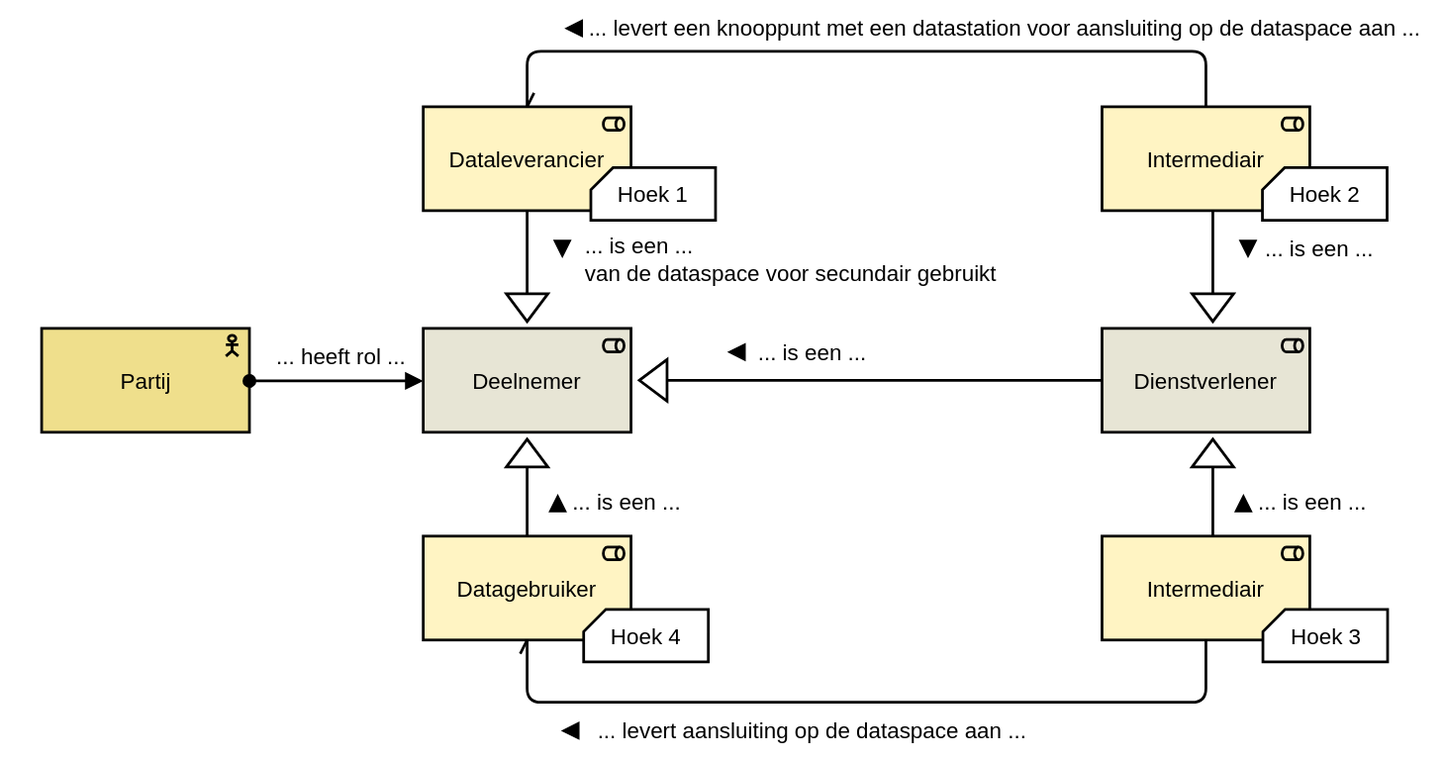
Above: docs/applicatie/laag-3/datastation-4corner.drawio.svg in Health-RI/data-station-specification (draw.io), before the change. Source tidied: cells renumbered, new cells last; positions are measured from the earlier drawing's top-left corner, leaving out a move shared by most shapes.
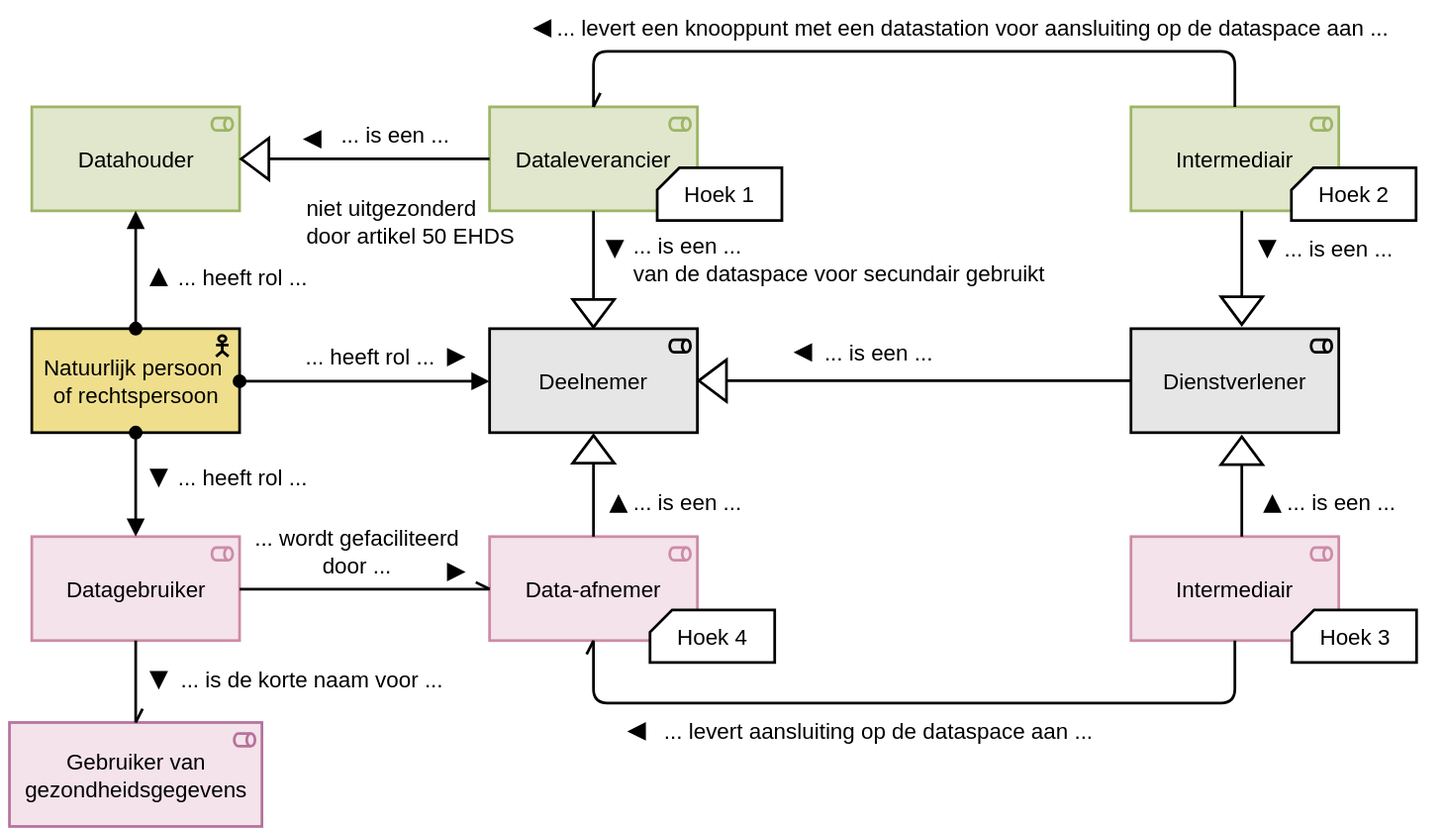
Above is the later version.

Commit message:
data station desciriptions

What changed in the source:
```diff
@@ -5,9 +5,9 @@
     <mxCell id="2" style="rounded=0;whiteSpace=wrap;html=1;fillColor=none;strokeColor=none;" parent="1" vertex="1">
-      <mxGeometry y="297.1" width="1042.8" height="60" as="geometry" />
+      <mxGeometry x="23" y="297.1" width="1042.8" height="60" as="geometry" />
     </mxCell>
-    <mxCell id="3" value="Deelnemer" style="html=1;outlineConnect=0;whiteSpace=wrap;fillColor=light-dark(#E7E5D5,#E7E5D5);shape=mxgraph.archimate3.application;appType=role;archiType=square;fontSize=16;strokeWidth=1.9685;" parent="1" vertex="1">
-      <mxGeometry x="305.5" y="237.1" width="150" height="75" as="geometry" />
+    <mxCell id="3" value="Deelnemer" style="html=1;outlineConnect=0;whiteSpace=wrap;fillColor=light-dark(#E6E6E6,#E6E6E6);shape=mxgraph.archimate3.application;appType=role;archiType=square;fontSize=16;strokeWidth=1.9685;strokeColor=light-dark(#000000,#213E72);" parent="1" vertex="1">
+      <mxGeometry x="376.4" y="237.1" width="150" height="75" as="geometry" />
     </mxCell>
-    <mxCell id="4" value="Partij" style="html=1;outlineConnect=0;whiteSpace=wrap;fillColor=light-dark(#EFDF8C,#EFDF8C);shape=mxgraph.archimate3.application;appType=actor;archiType=square;fontSize=16;strokeWidth=1.9685;" parent="1" vertex="1">
-      <mxGeometry x="30" y="237.1" width="150" height="75" as="geometry" />
+    <mxCell id="4" value="Natuurlijk persoon&amp;nbsp;&lt;div&gt;of rechtspersoon&lt;/div&gt;" style="html=1;outlineConnect=0;whiteSpace=wrap;fillColor=light-dark(#EFDF8C,#EFDF8C);shape=mxgraph.archimate3.application;appType=actor;archiType=square;fontSize=16;strokeWidth=1.9685;" parent="1" vertex="1">
+      <mxGeometry x="45.9" y="237.1" width="150" height="75" as="geometry" />
     </mxCell>
@@ -16,16 +16,16 @@
     </mxCell>
-    <mxCell id="6" value="Dataleverancier" style="html=1;outlineConnect=0;whiteSpace=wrap;fillColor=light-dark(#FFF4C3,#FFF4C3);shape=mxgraph.archimate3.application;appType=role;archiType=square;fontSize=16;strokeWidth=1.9685;" parent="1" vertex="1">
-      <mxGeometry x="305.5" y="77.1" width="150" height="75" as="geometry" />
+    <mxCell id="6" value="Dataleverancier" style="html=1;outlineConnect=0;whiteSpace=wrap;fillColor=light-dark(#E1E7CD,#E1E7CD);shape=mxgraph.archimate3.application;appType=role;archiType=square;fontSize=16;strokeWidth=1.9685;strokeColor=light-dark(#9DB566,#9DB566);" parent="1" vertex="1">
+      <mxGeometry x="376.4" y="77.1" width="150" height="75" as="geometry" />
     </mxCell>
-    <mxCell id="7" value="Datagebruiker" style="html=1;outlineConnect=0;whiteSpace=wrap;fillColor=light-dark(#FFF4C3,#FFF4C3);shape=mxgraph.archimate3.application;appType=role;archiType=square;fontSize=16;strokeWidth=1.9685;" parent="1" vertex="1">
-      <mxGeometry x="305.5" y="387.1" width="150" height="75" as="geometry" />
+    <mxCell id="7" value="Data-afnemer" style="html=1;outlineConnect=0;whiteSpace=wrap;fillColor=light-dark(#F4E3EA,#F4E3EA);shape=mxgraph.archimate3.application;appType=role;archiType=square;fontSize=16;strokeWidth=1.9685;strokeColor=light-dark(#CD8BA7,#CD8BA7);" parent="1" vertex="1">
+      <mxGeometry x="376.4" y="387.1" width="150" height="75" as="geometry" />
     </mxCell>
-    <mxCell id="8" value="Intermediair" style="html=1;outlineConnect=0;whiteSpace=wrap;fillColor=light-dark(#FFF4C3,#FFF4C3);shape=mxgraph.archimate3.application;appType=role;archiType=square;fontSize=16;strokeWidth=1.9685;" parent="1" vertex="1">
-      <mxGeometry x="795.5" y="77.1" width="150" height="75" as="geometry" />
+    <mxCell id="8" value="Intermediair" style="html=1;outlineConnect=0;whiteSpace=wrap;fillColor=light-dark(#E1E7CD,#E1E7CD);shape=mxgraph.archimate3.application;appType=role;archiType=square;fontSize=16;strokeWidth=1.9685;strokeColor=light-dark(#9DB566,#9DB566);" parent="1" vertex="1">
+      <mxGeometry x="839.4" y="77.1" width="150" height="75" as="geometry" />
     </mxCell>
     <mxCell id="9" style="triangle;whiteSpace=wrap;html=1;strokeWidth=1.9685;rotation=90;" parent="1" vertex="1">
-      <mxGeometry x="370.5" y="207.1" width="20" height="30" as="geometry" />
+      <mxGeometry x="441.4" y="211.1" width="20" height="30" as="geometry" />
     </mxCell>
     <mxCell id="10" style="triangle;whiteSpace=wrap;html=1;strokeWidth=1.9685;rotation=-90;" parent="1" vertex="1">
-      <mxGeometry x="370.5" y="312.1" width="20" height="30" as="geometry" />
+      <mxGeometry x="441.4" y="309.1" width="20" height="30" as="geometry" />
     </mxCell>
@@ -40,3 +40,3 @@
         <Array as="points">
-          <mxPoint x="580.5" y="37.1" />
+          <mxPoint x="624.4" y="37.1" />
         </Array>
@@ -45,21 +45,21 @@
     <mxCell id="14" value="... levert een knooppunt met een datastation voor aansluiting op de dataspace aan ..." style="text;html=1;whiteSpace=wrap;strokeColor=none;fillColor=none;align=center;verticalAlign=middle;rounded=0;fontSize=16;" parent="1" vertex="1">
-      <mxGeometry x="419.8" width="610.2" height="40" as="geometry" />
+      <mxGeometry x="420" width="610.2" height="40" as="geometry" />
     </mxCell>
     <mxCell id="15" style="triangle;whiteSpace=wrap;html=1;rotation=-180;fillColor=#000000;" parent="1" vertex="1">
-      <mxGeometry x="408" y="14.1" width="11.8" height="11.8" as="geometry" />
+      <mxGeometry x="408.1" y="14.1" width="11.8" height="11.8" as="geometry" />
     </mxCell>
     <mxCell id="16" style="triangle;whiteSpace=wrap;html=1;rotation=90;fillColor=#000000;" parent="1" vertex="1">
-      <mxGeometry x="399.5" y="173.1" width="11.8" height="11.8" as="geometry" />
+      <mxGeometry x="460.4" y="173.1" width="11.8" height="11.8" as="geometry" />
     </mxCell>
     <mxCell id="17" value="... is een ...&amp;nbsp;&lt;div&gt;van de dataspace voor secundair gebruikt&lt;/div&gt;" style="text;html=1;whiteSpace=wrap;strokeColor=none;fillColor=none;align=left;verticalAlign=middle;rounded=0;fontSize=16;" parent="1" vertex="1">
-      <mxGeometry x="419.8" y="167.1" width="305.7" height="40" as="geometry" />
+      <mxGeometry x="478.2" y="167.1" width="305.7" height="40" as="geometry" />
     </mxCell>
-    <mxCell id="18" value="Dienstverlener" style="html=1;outlineConnect=0;whiteSpace=wrap;fillColor=light-dark(#E7E5D5,#E7E5D5);shape=mxgraph.archimate3.application;appType=role;archiType=square;fontSize=16;strokeWidth=1.9685;" parent="1" vertex="1">
-      <mxGeometry x="795.5" y="237.1" width="150" height="75" as="geometry" />
+    <mxCell id="18" value="Dienstverlener" style="html=1;outlineConnect=0;whiteSpace=wrap;fillColor=light-dark(#E6E6E6,#D8E3F4);shape=mxgraph.archimate3.application;appType=role;archiType=square;fontSize=16;strokeWidth=1.9685;strokeColor=light-dark(#000000,#213E72);" parent="1" vertex="1">
+      <mxGeometry x="839.4" y="237.1" width="150" height="75" as="geometry" />
     </mxCell>
-    <mxCell id="19" value="Intermediair" style="html=1;outlineConnect=0;whiteSpace=wrap;fillColor=light-dark(#FFF4C3,#FFF4C3);shape=mxgraph.archimate3.application;appType=role;archiType=square;fontSize=16;strokeWidth=1.9685;" parent="1" vertex="1">
-      <mxGeometry x="795.5" y="387.1" width="150" height="75" as="geometry" />
+    <mxCell id="19" value="Intermediair" style="html=1;outlineConnect=0;whiteSpace=wrap;fillColor=light-dark(#F4E3EA,#F4E3EA);shape=mxgraph.archimate3.application;appType=role;archiType=square;fontSize=16;strokeWidth=1.9685;strokeColor=light-dark(#CD8BA7,#CD8BA7);" parent="1" vertex="1">
+      <mxGeometry x="839.4" y="387.1" width="150" height="75" as="geometry" />
     </mxCell>
     <mxCell id="20" style="triangle;whiteSpace=wrap;html=1;strokeWidth=1.9685;rotation=-180;" parent="1" vertex="1">
-      <mxGeometry x="461.5" y="259.6" width="20" height="30" as="geometry" />
+      <mxGeometry x="527.4" y="259.6" width="20" height="30" as="geometry" />
     </mxCell>
@@ -69,15 +69,15 @@
     <mxCell id="22" style="triangle;whiteSpace=wrap;html=1;rotation=-180;fillColor=#000000;" parent="1" vertex="1">
-      <mxGeometry x="525.5" y="247.8" width="11.8" height="11.8" as="geometry" />
+      <mxGeometry x="596.4" y="247.8" width="11.8" height="11.8" as="geometry" />
     </mxCell>
     <mxCell id="23" value="... is een ..." style="text;html=1;whiteSpace=wrap;strokeColor=none;fillColor=none;align=left;verticalAlign=middle;rounded=0;fontSize=16;" parent="1" vertex="1">
-      <mxGeometry x="545.5" y="233.7" width="100" height="40" as="geometry" />
+      <mxGeometry x="616.4" y="233.7" width="100" height="40" as="geometry" />
     </mxCell>
     <mxCell id="24" style="triangle;whiteSpace=wrap;html=1;rotation=270;fillColor=#000000;" parent="1" vertex="1">
-      <mxGeometry x="396.2" y="357.1" width="11.8" height="11.8" as="geometry" />
+      <mxGeometry x="463.1" y="357.1" width="11.8" height="11.8" as="geometry" />
     </mxCell>
     <mxCell id="25" value="... is een ..." style="text;html=1;whiteSpace=wrap;strokeColor=none;fillColor=none;align=left;verticalAlign=middle;rounded=0;fontSize=16;" parent="1" vertex="1">
-      <mxGeometry x="411.3" y="342.1" width="100" height="40" as="geometry" />
+      <mxGeometry x="478.2" y="342.1" width="100" height="40" as="geometry" />
     </mxCell>
     <mxCell id="26" style="triangle;whiteSpace=wrap;html=1;strokeWidth=1.9685;rotation=-90;" parent="1" vertex="1">
-      <mxGeometry x="865.5" y="312.1" width="20" height="30" as="geometry" />
+      <mxGeometry x="909.4" y="310.1" width="20" height="30" as="geometry" />
     </mxCell>
@@ -85,3 +85,3 @@
       <mxGeometry relative="1" as="geometry">
-        <mxPoint x="875.5" y="387.1" as="targetPoint" />
+        <mxPoint x="919.4" y="387.1" as="targetPoint" />
       </mxGeometry>
@@ -89,9 +89,9 @@
     <mxCell id="28" style="triangle;whiteSpace=wrap;html=1;rotation=270;fillColor=#000000;" parent="1" vertex="1">
-      <mxGeometry x="891.2" y="357.1" width="11.8" height="11.8" as="geometry" />
+      <mxGeometry x="935.1" y="357.1" width="11.8" height="11.8" as="geometry" />
     </mxCell>
     <mxCell id="29" value="... is een ..." style="text;html=1;whiteSpace=wrap;strokeColor=none;fillColor=none;align=left;verticalAlign=middle;rounded=0;fontSize=16;" parent="1" vertex="1">
-      <mxGeometry x="906.3" y="342.1" width="100" height="40" as="geometry" />
+      <mxGeometry x="950.2" y="342.1" width="100" height="40" as="geometry" />
     </mxCell>
     <mxCell id="30" style="triangle;whiteSpace=wrap;html=1;strokeWidth=1.9685;rotation=90;" parent="1" vertex="1">
-      <mxGeometry x="865.5" y="207.1" width="20" height="30" as="geometry" />
+      <mxGeometry x="909.4" y="209.1" width="20" height="30" as="geometry" />
     </mxCell>
@@ -99,3 +99,3 @@
       <mxGeometry relative="1" as="geometry">
-        <mxPoint x="875.5" y="152.1" as="sourcePoint" />
+        <mxPoint x="919.4" y="152.1" as="sourcePoint" />
       </mxGeometry>
@@ -103,6 +103,6 @@
     <mxCell id="32" style="triangle;whiteSpace=wrap;html=1;rotation=90;fillColor=#000000;" parent="1" vertex="1">
-      <mxGeometry x="894.5" y="173.1" width="11.8" height="11.8" as="geometry" />
+      <mxGeometry x="931.4" y="173.1" width="11.8" height="11.8" as="geometry" />
     </mxCell>
     <mxCell id="33" value="... is een ...&amp;nbsp;" style="text;html=1;whiteSpace=wrap;strokeColor=none;fillColor=none;align=left;verticalAlign=middle;rounded=0;fontSize=16;" parent="1" vertex="1">
-      <mxGeometry x="910.9" y="159" width="90.7" height="40" as="geometry" />
+      <mxGeometry x="947.8" y="159" width="90.7" height="40" as="geometry" />
     </mxCell>
@@ -111,3 +111,3 @@
         <Array as="points">
-          <mxPoint x="625.5" y="507.1" />
+          <mxPoint x="669.4" y="507.1" />
         </Array>
@@ -116,22 +116,85 @@
     <mxCell id="35" value="... levert aansluiting op de dataspace aan ..." style="text;html=1;whiteSpace=wrap;strokeColor=none;fillColor=none;align=center;verticalAlign=middle;rounded=0;fontSize=16;" parent="1" vertex="1">
-      <mxGeometry x="417.3" y="507.1" width="338.2" height="40" as="geometry" />
+      <mxGeometry x="488.2" y="507.1" width="338.2" height="40" as="geometry" />
     </mxCell>
     <mxCell id="36" style="triangle;whiteSpace=wrap;html=1;rotation=-180;fillColor=#000000;" parent="1" vertex="1">
-      <mxGeometry x="405.5" y="521.2" width="11.8" height="11.8" as="geometry" />
+      <mxGeometry x="476.4" y="521.2" width="11.8" height="11.8" as="geometry" />
     </mxCell>
     <mxCell id="37" value="Hoek 1" style="shape=card;whiteSpace=wrap;html=1;size=16;strokeWidth=1.9685;fontSize=16;" parent="1" vertex="1">
-      <mxGeometry x="426.5" y="121.1" width="90" height="37.9" as="geometry" />
+      <mxGeometry x="497.4" y="121.1" width="90" height="37.9" as="geometry" />
     </mxCell>
     <mxCell id="38" value="Hoek 2" style="shape=card;whiteSpace=wrap;html=1;size=16;strokeWidth=1.9685;fontSize=16;" parent="1" vertex="1">
-      <mxGeometry x="911.3" y="121.1" width="90" height="37.9" as="geometry" />
+      <mxGeometry x="955.2" y="121.1" width="90" height="37.9" as="geometry" />
     </mxCell>
     <mxCell id="39" value="Hoek 3" style="shape=card;whiteSpace=wrap;html=1;size=16;strokeWidth=1.9685;fontSize=16;" parent="1" vertex="1">
-      <mxGeometry x="911.6" y="440" width="90" height="37.9" as="geometry" />
+      <mxGeometry x="955.5" y="440" width="90" height="37.9" as="geometry" />
     </mxCell>
     <mxCell id="40" value="Hoek 4" style="shape=card;whiteSpace=wrap;html=1;size=16;strokeWidth=1.9685;fontSize=16;" parent="1" vertex="1">
-      <mxGeometry x="421.3" y="440" width="90" height="37.9" as="geometry" />
+      <mxGeometry x="492.2" y="440" width="90" height="37.9" as="geometry" />
     </mxCell>
     <mxCell id="41" value="... heeft rol ..." style="text;html=1;whiteSpace=wrap;strokeColor=none;fillColor=none;align=center;verticalAlign=middle;rounded=0;fontSize=16;" parent="1" vertex="1">
-      <mxGeometry x="190" y="237.1" width="111.7" height="40" as="geometry" />
+      <mxGeometry x="233.9" y="237.1" width="111.7" height="40" as="geometry" />
     </mxCell>
+    <mxCell id="42" value="Datagebruiker" style="html=1;outlineConnect=0;whiteSpace=wrap;fillColor=light-dark(#F4E3EA,#F4E3EA);shape=mxgraph.archimate3.application;appType=role;archiType=square;fontSize=16;strokeWidth=1.9685;strokeColor=light-dark(#CD8BA7,#CD8BA7);" parent="1" vertex="1">
+      <mxGeometry x="45.9" y="387.1" width="150" height="75" as="geometry" />
+    </mxCell>
+    <mxCell id="43" value="Datahouder" style="html=1;outlineConnect=0;whiteSpace=wrap;fillColor=light-dark(#E1E7CD,#E1E7CD);shape=mxgraph.archimate3.application;appType=role;archiType=square;fontSize=16;strokeWidth=1.9685;strokeColor=light-dark(#9DB566,#9DB566);" parent="1" vertex="1">
+      <mxGeometry x="45.9" y="77.1" width="150" height="75" as="geometry" />
+    </mxCell>
+    <mxCell id="44" style="triangle;whiteSpace=wrap;html=1;strokeWidth=1.9685;rotation=-180;" parent="1" vertex="1">
+      <mxGeometry x="197" y="99.6" width="20" height="30" as="geometry" />
+    </mxCell>
+    <mxCell id="45" value="... is een ..." style="text;html=1;whiteSpace=wrap;strokeColor=none;fillColor=none;align=left;verticalAlign=middle;rounded=0;fontSize=16;" parent="1" vertex="1">
+      <mxGeometry x="267" y="77.1" width="100" height="40" as="geometry" />
+    </mxCell>
+    <mxCell id="46" style="endArrow=none;html=1;rounded=0;fontSize=12;startSize=8;endSize=8;curved=1;exitX=0;exitY=0.5;exitDx=0;exitDy=0;strokeWidth=1.9685;" parent="1" edge="1" source="44" target="6">
+      <mxGeometry relative="1" as="geometry" />
+    </mxCell>
+    <mxCell id="47" style="triangle;whiteSpace=wrap;html=1;rotation=-180;fillColor=#000000;" parent="1" vertex="1">
+      <mxGeometry x="242.2" y="94" width="11.8" height="11.8" as="geometry" />
+    </mxCell>
+    <mxCell id="48" value="niet uitgezonderd door artikel 50 EHDS" style="text;html=1;whiteSpace=wrap;strokeColor=none;fillColor=none;align=left;verticalAlign=middle;rounded=0;fontSize=16;" parent="1" vertex="1">
+      <mxGeometry x="242.2" y="136" width="154.5" height="48.9" as="geometry" />
+    </mxCell>
+    <mxCell id="49" style="edgeStyle=elbowEdgeStyle;html=1;endArrow=openAsync;elbow=vertical;rounded=1;endFill=0;fontSize=12;startSize=8;endSize=8;curved=0;strokeWidth=1.9685;" parent="1" edge="1" source="42" target="7">
+      <mxGeometry relative="1" as="geometry" />
+    </mxCell>
+    <mxCell id="50" value="... wordt gefaciliteerd door ..." style="text;html=1;whiteSpace=wrap;strokeColor=none;fillColor=none;align=center;verticalAlign=middle;rounded=0;fontSize=16;" parent="1" vertex="1">
+      <mxGeometry x="204.3" y="378" width="153.1" height="40" as="geometry" />
+    </mxCell>
+    <mxCell id="51" style="endArrow=block;html=1;endFill=1;startArrow=oval;startFill=1;edgeStyle=elbowEdgeStyle;elbow=vertical;rounded=0;fontSize=12;startSize=8;endSize=8;curved=1;strokeWidth=1.9685;" parent="1" edge="1" source="4" target="43">
+      <mxGeometry relative="1" as="geometry" />
+    </mxCell>
+    <mxCell id="52" style="endArrow=block;html=1;endFill=1;startArrow=oval;startFill=1;edgeStyle=elbowEdgeStyle;elbow=vertical;rounded=0;fontSize=12;startSize=8;endSize=8;curved=1;strokeWidth=1.9685;" parent="1" edge="1" source="4" target="42">
+      <mxGeometry relative="1" as="geometry" />
+    </mxCell>
+    <mxCell id="53" style="triangle;whiteSpace=wrap;html=1;rotation=0;fillColor=#000000;" parent="1" vertex="1">
+      <mxGeometry x="345.6" y="251.2" width="11.8" height="11.8" as="geometry" />
+    </mxCell>
+    <mxCell id="54" style="triangle;whiteSpace=wrap;html=1;rotation=0;fillColor=#000000;" parent="1" vertex="1">
+      <mxGeometry x="345.6" y="406.2" width="11.8" height="11.8" as="geometry" />
+    </mxCell>
+    <mxCell id="55" value="Gebruiker van gezondheidsgegevens" style="html=1;outlineConnect=0;whiteSpace=wrap;fillColor=light-dark(#F4E3EA,#F4E3EA);shape=mxgraph.archimate3.application;appType=role;archiType=square;fontSize=16;strokeWidth=1.9685;strokeColor=#B5739D;" parent="1" vertex="1">
+      <mxGeometry x="29.8" y="521.2" width="182.2" height="75" as="geometry" />
+    </mxCell>
+    <mxCell id="56" value="... heeft rol ..." style="text;html=1;whiteSpace=wrap;strokeColor=none;fillColor=none;align=center;verticalAlign=middle;rounded=0;fontSize=16;" parent="1" vertex="1">
+      <mxGeometry x="142.2" y="324.1" width="111.7" height="40" as="geometry" />
+    </mxCell>
+    <mxCell id="57" value="... heeft rol ..." style="text;html=1;whiteSpace=wrap;strokeColor=none;fillColor=none;align=center;verticalAlign=middle;rounded=0;fontSize=16;" parent="1" vertex="1">
+      <mxGeometry x="142.2" y="179.6" width="111.7" height="40" as="geometry" />
+    </mxCell>
+    <mxCell id="58" style="triangle;whiteSpace=wrap;html=1;rotation=270;fillColor=#000000;" parent="1" vertex="1">
+      <mxGeometry x="131.2" y="193.7" width="11.8" height="11.8" as="geometry" />
+    </mxCell>
+    <mxCell id="59" style="triangle;whiteSpace=wrap;html=1;rotation=90;fillColor=#000000;" parent="1" vertex="1">
+      <mxGeometry x="131.2" y="338.2" width="11.8" height="11.8" as="geometry" />
+    </mxCell>
+    <mxCell id="60" style="edgeStyle=elbowEdgeStyle;html=1;endArrow=openAsync;elbow=vertical;rounded=1;endFill=0;fontSize=12;startSize=8;endSize=8;curved=0;strokeWidth=1.9685;" parent="1" edge="1" source="42" target="55">
+      <mxGeometry relative="1" as="geometry" />
+    </mxCell>
+    <mxCell id="61" value="... is de korte naam voor ..." style="text;html=1;whiteSpace=wrap;strokeColor=none;fillColor=none;align=center;verticalAlign=middle;rounded=0;fontSize=16;" parent="1" vertex="1">
+      <mxGeometry x="149.7" y="470" width="196" height="40" as="geometry" />
+    </mxCell>
+    <mxCell id="62" style="triangle;whiteSpace=wrap;html=1;rotation=90;fillColor=#000000;" parent="1" vertex="1">
+      <mxGeometry x="131.2" y="484.1" width="11.8" height="11.8" as="geometry" />
+    </mxCell>
   </root>
```
